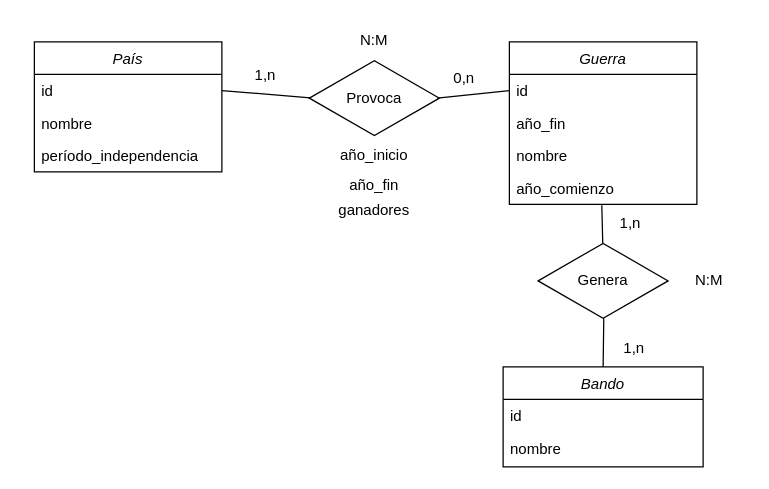
Before: Ej4.drawio in Daninuro/diagrames-cvf-dn-mpl-n-11102023, a draw.io diagram. Source tidied: cells renumbered, new cells numbered last; positions are measured from the earlier drawing's top-left corner, leaving out a move shared by most shapes. Both pictures are drawn from the tidied source at 125%, with x=0, y=0 at pixel (34, 21).
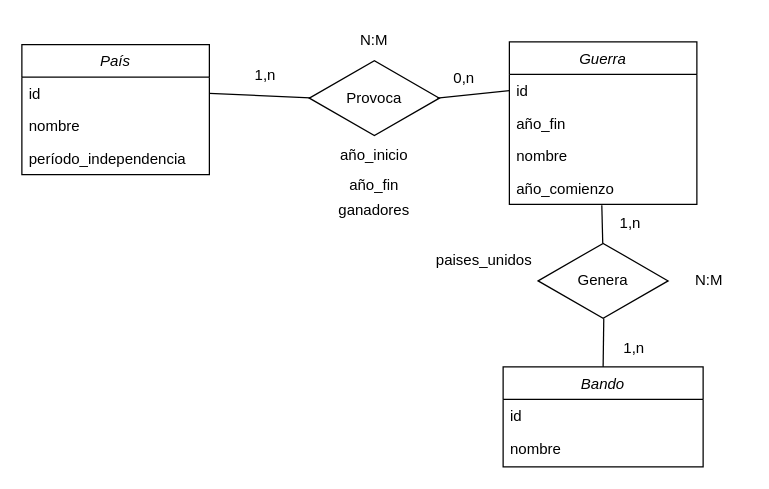
The same page after the edit.

The edit, as a diff of the source:
```diff
@@
     <mxCell id="7" value="País" style="swimlane;fontStyle=2;align=center;verticalAlign=top;horizontal=1;startSize=26;rounded=0;shadow=0;strokeWidth=1;" parent="1" vertex="1">
-      <mxGeometry y="16" width="150" height="104" as="geometry" />
+      <mxGeometry x="-10" y="18.2" width="150" height="104" as="geometry" />
     </mxCell>
@@
+    <mxCell id="31" value="paises_unidos" style="text;html=1;strokeColor=none;fillColor=none;align=center;verticalAlign=middle;whiteSpace=wrap;rounded=0;" parent="1" vertex="1">
+      <mxGeometry x="330" y="176" width="60" height="30" as="geometry" />
+    </mxCell>
```
